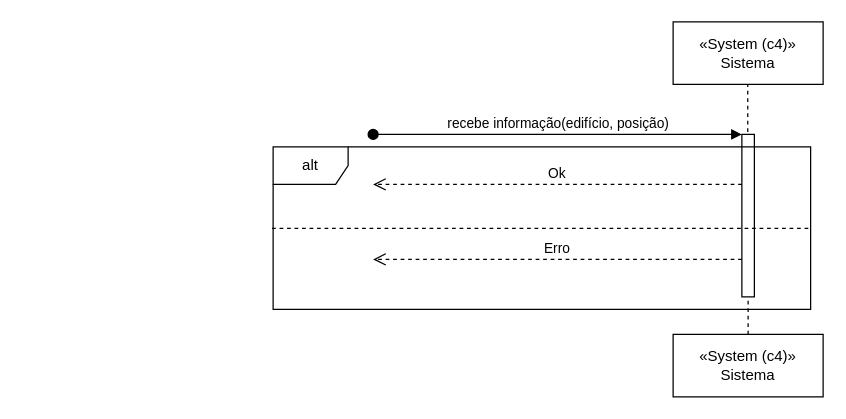
SEM5PI2324G58/sem5pi_g58_23_24 keeps this draw.io diagram as docs/Sprint_A/US_270/N1/N1_VP.drawio. Above is the earlier version. Source tidied: cells renumbered, new cells numbered last; positions are measured from the earlier drawing's top-left corner, leaving out a move shared by most shapes. Both pictures are drawn from the tidied source at 125%, with x=0, y=0 at pixel (272, 21).
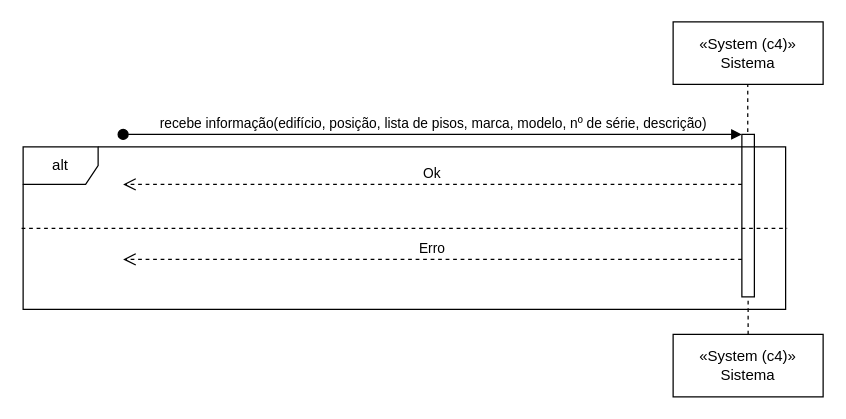
After the change.

Change to the diagram source:
```diff
@@
 <mxGraphModel>
   <root>
     <mxCell id="0" />
     <mxCell id="1" parent="0" />
     <mxCell id="2" value="«System (c4)»&lt;br&gt;Sistema" style="html=1;whiteSpace=wrap;" parent="1" vertex="1">
       <mxGeometry x="320" width="120" height="50" as="geometry" />
     </mxCell>
     <mxCell id="3" style="endArrow=none;dashed=1;html=1;rounded=0;entryX=0.5;entryY=1;entryDx=0;entryDy=0;" parent="1" edge="1">
       <mxGeometry relative="1" as="geometry">
         <mxPoint x="379.7" y="100" as="sourcePoint" />
         <mxPoint x="379.7" y="50" as="targetPoint" />
       </mxGeometry>
     </mxCell>
     <mxCell id="4" style="endArrow=none;dashed=1;html=1;rounded=0;entryX=0.5;entryY=1;entryDx=0;entryDy=0;" parent="1" edge="1" target="5">
       <mxGeometry relative="1" as="geometry">
         <mxPoint x="380" y="220" as="sourcePoint" />
       </mxGeometry>
     </mxCell>
     <mxCell id="5" style="html=1;points=[[0,0,0,0,5],[0,1,0,0,-5],[1,0,0,0,5],[1,1,0,0,-5]];perimeter=orthogonalPerimeter;outlineConnect=0;targetShapes=umlLifeline;portConstraint=eastwest;newEdgeStyle={&quot;curved&quot;:0,&quot;rounded&quot;:0};" parent="1" vertex="1">
       <mxGeometry x="375" y="90" width="10" height="130" as="geometry" />
     </mxCell>
-    <mxCell id="6" value="recebe informação(edifício, posição)" style="html=1;verticalAlign=bottom;startArrow=oval;startFill=1;endArrow=block;startSize=8;curved=0;rounded=0;" parent="1" edge="1" target="5">
+    <mxCell id="6" value="recebe informação(edifício, posição, lista de pisos, marca, modelo, nº de série, descrição)" style="html=1;verticalAlign=bottom;startArrow=oval;startFill=1;endArrow=block;startSize=8;curved=0;rounded=0;" parent="1" edge="1" target="5">
       <mxGeometry relative="1" as="geometry">
-        <mxPoint x="80" y="90" as="sourcePoint" />
+        <mxPoint x="-120" y="90" as="sourcePoint" />
       </mxGeometry>
     </mxCell>
     <mxCell id="7" value="Ok" style="html=1;verticalAlign=bottom;endArrow=open;dashed=1;endSize=8;curved=0;rounded=0;" parent="1" edge="1" source="5">
       <mxGeometry relative="1" as="geometry">
-        <mxPoint x="80" y="130" as="targetPoint" />
+        <mxPoint x="-120" y="130" as="targetPoint" />
       </mxGeometry>
     </mxCell>
     <mxCell id="8" value="alt" style="shape=umlFrame;whiteSpace=wrap;html=1;" parent="1" vertex="1">
-      <mxGeometry y="100" width="430" height="130" as="geometry" />
+      <mxGeometry x="-200" y="100" width="610" height="130" as="geometry" />
     </mxCell>
-    <mxCell id="9" value="Erro" style="html=1;verticalAlign=bottom;endArrow=open;dashed=1;endSize=8;curved=0;rounded=0;" parent="1" edge="1">
+    <mxCell id="9" value="Erro" style="html=1;verticalAlign=bottom;endArrow=open;dashed=1;endSize=8;curved=0;rounded=0;" parent="1" edge="1" source="5">
       <mxGeometry relative="1" as="geometry">
-        <mxPoint x="375" y="190" as="sourcePoint" />
-        <mxPoint x="80" y="190" as="targetPoint" />
+        <mxPoint x="-120" y="190" as="targetPoint" />
       </mxGeometry>
     </mxCell>
     <mxCell id="10" style="endArrow=none;dashed=1;html=1;rounded=0;entryX=1.002;entryY=0.501;entryDx=0;entryDy=0;entryPerimeter=0;exitX=-0.002;exitY=0.501;exitDx=0;exitDy=0;exitPerimeter=0;" parent="1" edge="1" source="8" target="8">
       <mxGeometry relative="1" as="geometry" />
     </mxCell>
     <mxCell id="11" value="«System (c4)»&lt;br&gt;Sistema" style="html=1;whiteSpace=wrap;" parent="1" vertex="1">
       <mxGeometry x="320" y="250" width="120" height="50" as="geometry" />
     </mxCell>
     <mxCell id="12" style="endArrow=none;dashed=1;html=1;rounded=0;exitX=0.5;exitY=0;exitDx=0;exitDy=0;" parent="1" edge="1" source="11" target="5">
       <mxGeometry relative="1" as="geometry" />
     </mxCell>
   </root>
 </mxGraphModel>
```
